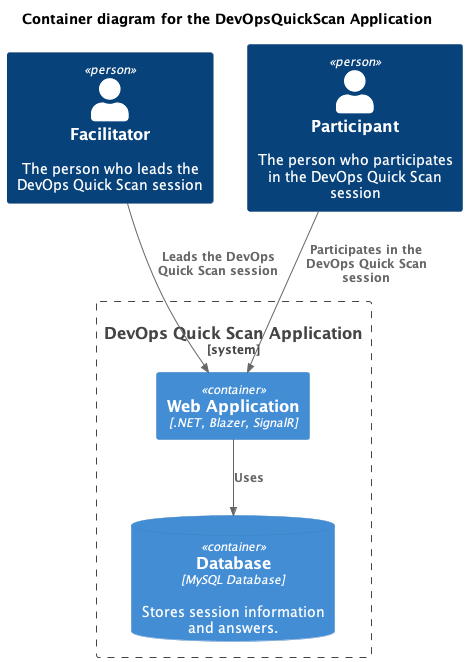
This is docs/container_diagram.png from jacobduijzer/DevOpsQuickScan, a PlantUML export, as it was before one commit. The source it was exported from:
```plantuml
@startuml
!include https://raw.githubusercontent.com/plantuml-stdlib/C4-PlantUML/master/C4_Container.puml

title Container diagram for the DevOpsQuickScan Application

Person(facilitator, "Facilitator", "The person who leads the DevOps Quick Scan session")
Person(participant, "Participant", "The person who participates in the DevOps Quick Scan session")

System_Boundary(c1, "DevOps Quick Scan Application") {
    Container(web_app, "Web Application", ".NET, Blazer, SignalR", "")
    ContainerDb(database, "Database", "MySQL Database", "Stores session information and answers.")
}

Rel_D(facilitator, web_app, "Leads the DevOps Quick Scan session")
Rel_D(participant, web_app, "Participates in the DevOps Quick Scan session")
Rel_D(web_app, database, "Uses")

@enduml
```
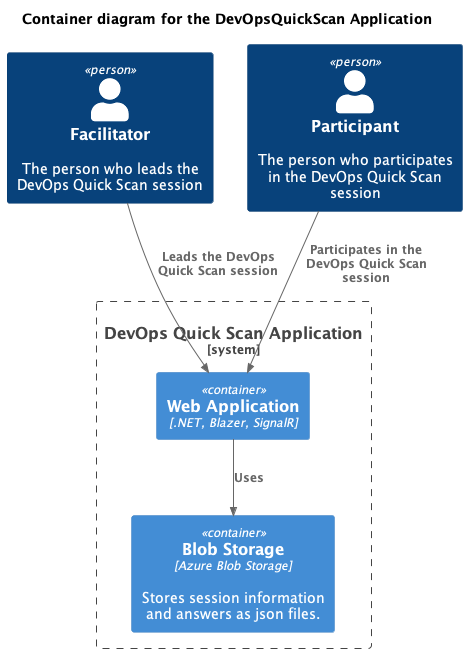
The same diagram one commit later.

Commit message:
Update docs, add blob storage, remove database

The edit, as a diff of the source:
```diff
@@ -8,11 +8,11 @@
 
 System_Boundary(c1, "DevOps Quick Scan Application") {
     Container(web_app, "Web Application", ".NET, Blazer, SignalR", "")
-    ContainerDb(database, "Database", "MySQL Database", "Stores session information and answers.")
+    Container(files, "Blob Storage", "Azure Blob Storage", "Stores session information and answers as json files.")
 }
 
 Rel_D(facilitator, web_app, "Leads the DevOps Quick Scan session")
 Rel_D(participant, web_app, "Participates in the DevOps Quick Scan session")
-Rel_D(web_app, database, "Uses")
+Rel_D(web_app, files, "Uses")
 
 @enduml
```
